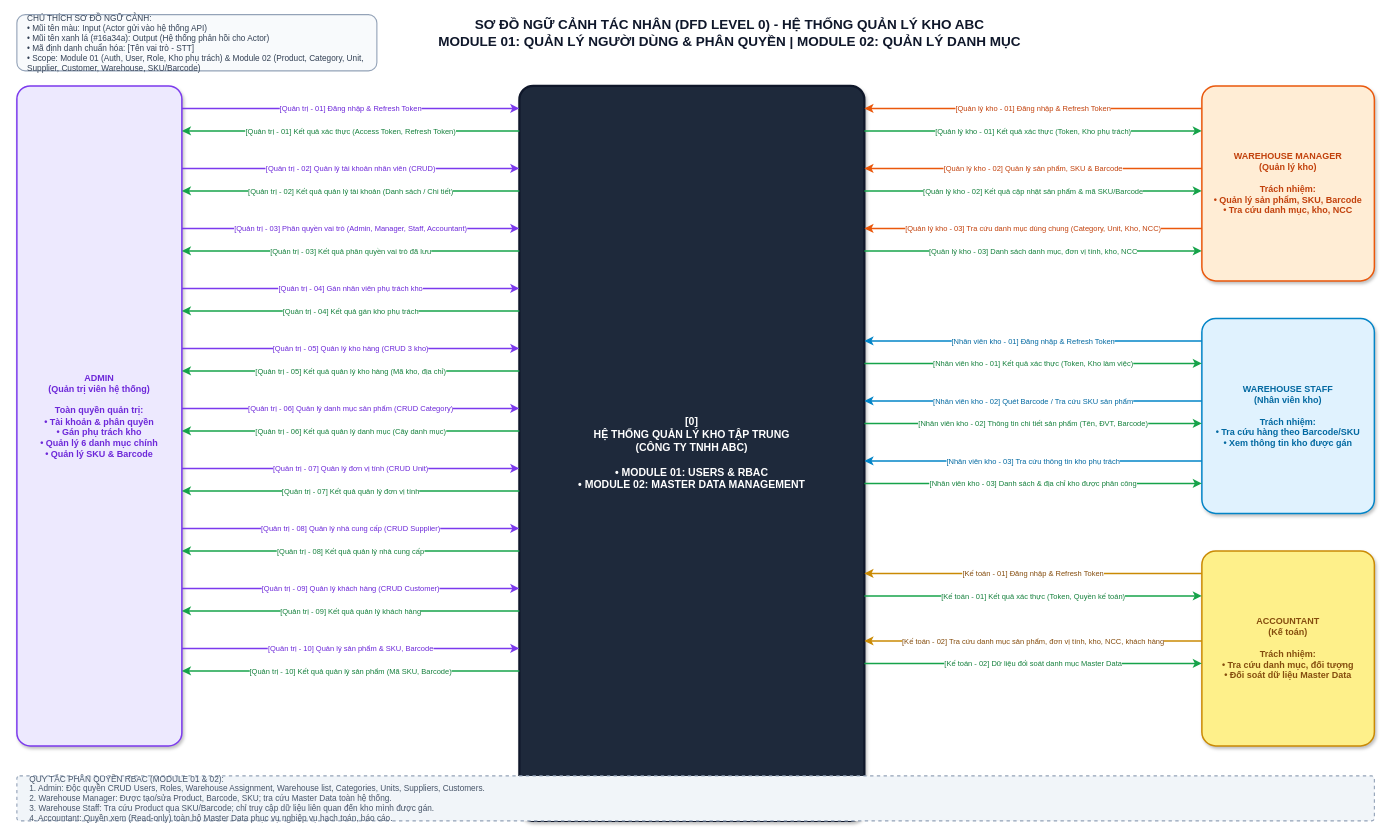
Above: drawio/LessonTwo/Actor.drawio in hungnm3112/Project-A (draw.io), before the change. Source tidied: cells renumbered, new cells numbered last; positions are measured from the earlier drawing's top-left corner, leaving out a move shared by most shapes. Both pictures are drawn from the tidied source at 75%, with x=0, y=0 at pixel (16, 14).
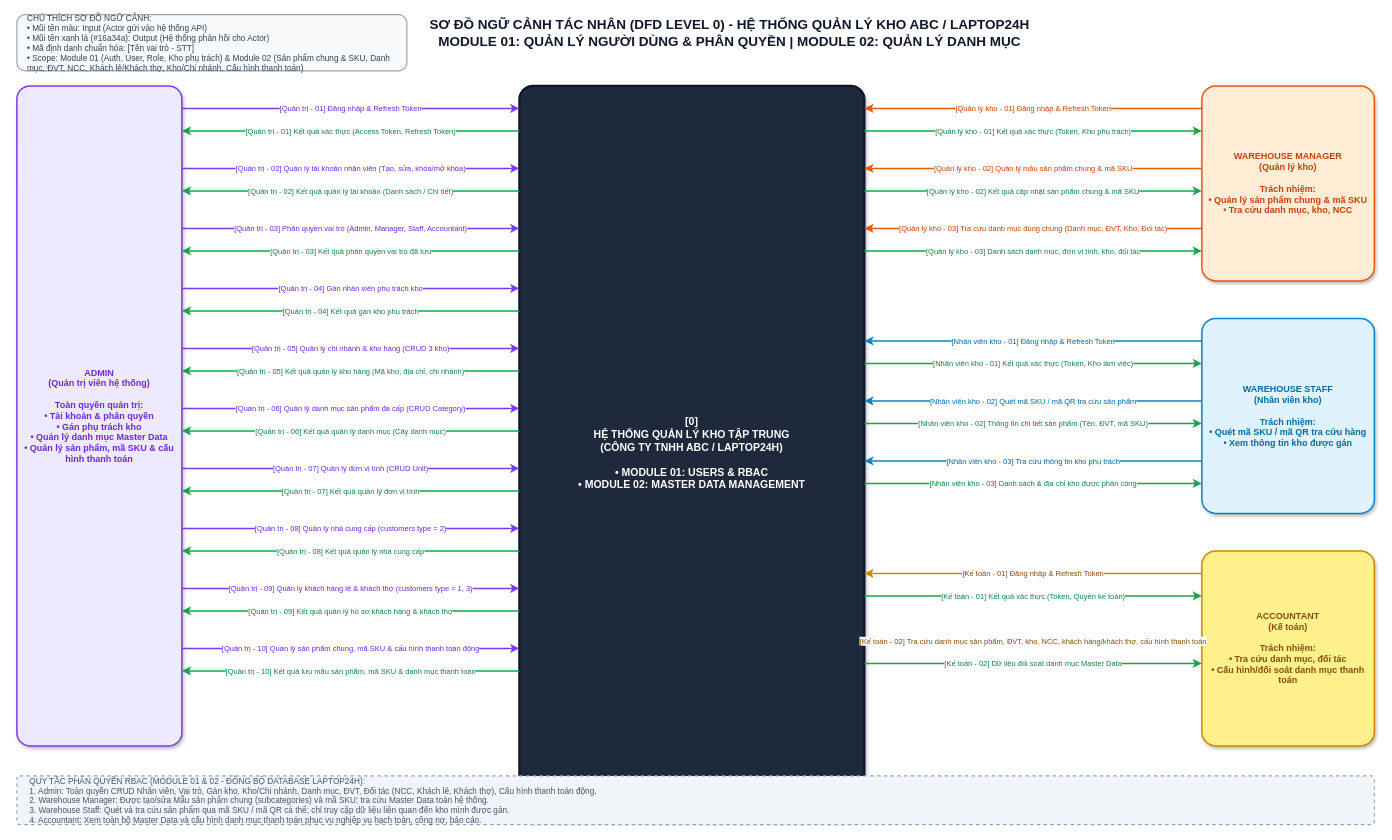
Above is the later version.

Change to the diagram source:
```diff
@@
-    <mxCell id="2" value="SƠ ĐỒ NGỮ CẢNH TÁC NHÂN (DFD LEVEL 0) - HỆ THỐNG QUẢN LÝ KHO ABC&#10;MODULE 01: QUẢN LÝ NGƯỜI DÙNG &amp; PHÂN QUYỀN | MODULE 02: QUẢN LÝ DANH MỤC" style="text;html=1;align=center;verticalAlign=middle;strokeColor=none;fillColor=none;fontSize=18;fontStyle=1;fontColor=#0f172a;" parent="1" vertex="1">
+    <mxCell id="2" value="SƠ ĐỒ NGỮ CẢNH TÁC NHÂN (DFD LEVEL 0) - HỆ THỐNG QUẢN LÝ KHO ABC / LAPTOP24H&#10;MODULE 01: QUẢN LÝ NGƯỜI DÙNG &amp; PHÂN QUYỀN | MODULE 02: QUẢN LÝ DANH MỤC" style="text;html=1;align=center;verticalAlign=middle;strokeColor=none;fillColor=none;fontSize=18;fontStyle=1;fontColor=#0f172a;" parent="1" vertex="1">
       <mxGeometry x="350" y="5" width="1200" height="40" as="geometry" />
     </mxCell>
-    <mxCell id="3" value="CHÚ THÍCH SƠ ĐỒ NGỮ CẢNH:&#10;• Mũi tên màu: Input (Actor gửi vào hệ thống API)&#10;• Mũi tên xanh lá (#16a34a): Output (Hệ thống phản hồi cho Actor)&#10;• Mã định danh chuẩn hóa: [Tên vai trò - STT]&#10;• Scope: Module 01 (Auth, User, Role, Kho phụ trách) &amp; Module 02 (Product, Category, Unit, Supplier, Customer, Warehouse, SKU/Barcode)" style="rounded=1;whiteSpace=wrap;html=1;fillColor=#f8fafc;strokeColor=#94a3b8;strokeWidth=1.5;fontSize=11;align=left;spacingLeft=12;fontColor=#334155;" parent="1" vertex="1">
-      <mxGeometry width="480" height="75" as="geometry" />
+    <mxCell id="3" value="CHÚ THÍCH SƠ ĐỒ NGỮ CẢNH:&#10;• Mũi tên màu: Input (Actor gửi vào hệ thống API)&#10;• Mũi tên xanh lá (#16a34a): Output (Hệ thống phản hồi cho Actor)&#10;• Mã định danh chuẩn hóa: [Tên vai trò - STT]&#10;• Scope: Module 01 (Auth, User, Role, Kho phụ trách) &amp; Module 02 (Sản phẩm chung &amp; SKU, Danh mục, ĐVT, NCC, Khách lẻ/Khách thợ, Kho/Chi nhánh, Cấu hình thanh toán)" style="rounded=1;whiteSpace=wrap;html=1;fillColor=#f8fafc;strokeColor=#94a3b8;strokeWidth=1.5;fontSize=11;align=left;spacingLeft=12;fontColor=#334155;" parent="1" vertex="1">
+      <mxGeometry width="520" height="75" as="geometry" />
     </mxCell>
-    <mxCell id="4" value="[0]&#10;HỆ THỐNG QUẢN LÝ KHO TẬP TRUNG&#10;(CÔNG TY TNHH ABC)&#10;&#10;• MODULE 01: USERS &amp; RBAC&#10;• MODULE 02: MASTER DATA MANAGEMENT" style="rounded=1;whiteSpace=wrap;html=1;arcSize=4;fillColor=#1e293b;strokeColor=#0f172a;strokeWidth=3;fontColor=#ffffff;fontStyle=1;fontSize=14;align=center;verticalAlign=middle;shadow=1;" parent="1" vertex="1">
+    <mxCell id="4" value="[0]&#10;HỆ THỐNG QUẢN LÝ KHO TẬP TRUNG&#10;(CÔNG TY TNHH ABC / LAPTOP24H)&#10;&#10;• MODULE 01: USERS &amp; RBAC&#10;• MODULE 02: MASTER DATA MANAGEMENT" style="rounded=1;whiteSpace=wrap;html=1;arcSize=4;fillColor=#1e293b;strokeColor=#0f172a;strokeWidth=3;fontColor=#ffffff;fontStyle=1;fontSize=14;align=center;verticalAlign=middle;shadow=1;" parent="1" vertex="1">
       <mxGeometry x="670" y="95" width="460" height="980" as="geometry" />
     </mxCell>
-    <mxCell id="5" value="ADMIN&#10;(Quản trị viên hệ thống)&#10;&#10;Toàn quyền quản trị:&#10;• Tài khoản &amp; phân quyền&#10;• Gán phụ trách kho&#10;• Quản lý 6 danh mục chính&#10;• Quản lý SKU &amp; Barcode" style="rounded=1;whiteSpace=wrap;html=1;arcSize=8;fillColor=#ede9fe;strokeColor=#7c3aed;strokeWidth=2;fontStyle=1;fontSize=12;fontColor=#6d28d9;align=center;shadow=1;" parent="1" vertex="1">
+    <mxCell id="5" value="ADMIN&#10;(Quản trị viên hệ thống)&#10;&#10;Toàn quyền quản trị:&#10;• Tài khoản &amp; phân quyền&#10;• Gán phụ trách kho&#10;• Quản lý danh mục Master Data&#10;• Quản lý sản phẩm, mã SKU &amp; cấu hình thanh toán" style="rounded=1;whiteSpace=wrap;html=1;arcSize=8;fillColor=#ede9fe;strokeColor=#7c3aed;strokeWidth=2;fontStyle=1;fontSize=12;fontColor=#6d28d9;align=center;shadow=1;" parent="1" vertex="1">
       <mxGeometry y="95" width="220" height="880" as="geometry" />
     </mxCell>
@@
-    <mxCell id="8" value="[Quản trị - 02] Quản lý tài khoản nhân viên (CRUD)" style="endArrow=classic;html=1;strokeColor=#7c3aed;strokeWidth=2;fontSize=10;fontColor=#6d28d9;labelBackgroundColor=#ffffff;align=center;" parent="1" edge="1">
+    <mxCell id="8" value="[Quản trị - 02] Quản lý tài khoản nhân viên (Tạo, sửa, khóa/mở khóa)" style="endArrow=classic;html=1;strokeColor=#7c3aed;strokeWidth=2;fontSize=10;fontColor=#6d28d9;labelBackgroundColor=#ffffff;align=center;" parent="1" edge="1">
       <mxGeometry relative="1" as="geometry">
         <mxPoint x="220" y="205" as="sourcePoint" />
         <mxPoint x="670" y="205" as="targetPoint" />
       </mxGeometry>
     </mxCell>
@@
-    <mxCell id="14" value="[Quản trị - 05] Quản lý kho hàng (CRUD 3 kho)" style="endArrow=classic;html=1;strokeColor=#7c3aed;strokeWidth=2;fontSize=10;fontColor=#6d28d9;labelBackgroundColor=#ffffff;align=center;" parent="1" edge="1">
+    <mxCell id="14" value="[Quản trị - 05] Quản lý chi nhánh &amp; kho hàng (CRUD 3 kho)" style="endArrow=classic;html=1;strokeColor=#7c3aed;strokeWidth=2;fontSize=10;fontColor=#6d28d9;labelBackgroundColor=#ffffff;align=center;" parent="1" edge="1">
       <mxGeometry relative="1" as="geometry">
         <mxPoint x="220" y="445" as="sourcePoint" />
         <mxPoint x="670" y="445" as="targetPoint" />
       </mxGeometry>
     </mxCell>
-    <mxCell id="15" value="[Quản trị - 05] Kết quả quản lý kho hàng (Mã kho, địa chỉ)" style="endArrow=classic;html=1;strokeColor=#16a34a;strokeWidth=2;fontSize=10;fontColor=#15803d;labelBackgroundColor=#ffffff;align=center;" parent="1" edge="1">
+    <mxCell id="15" value="[Quản trị - 05] Kết quả quản lý kho hàng (Mã kho, địa chỉ, chi nhánh)" style="endArrow=classic;html=1;strokeColor=#16a34a;strokeWidth=2;fontSize=10;fontColor=#15803d;labelBackgroundColor=#ffffff;align=center;" parent="1" edge="1">
       <mxGeometry relative="1" as="geometry">
         <mxPoint x="670" y="475" as="sourcePoint" />
         <mxPoint x="220" y="475" as="targetPoint" />
       </mxGeometry>
     </mxCell>
-    <mxCell id="16" value="[Quản trị - 06] Quản lý danh mục sản phẩm (CRUD Category)" style="endArrow=classic;html=1;strokeColor=#7c3aed;strokeWidth=2;fontSize=10;fontColor=#6d28d9;labelBackgroundColor=#ffffff;align=center;" parent="1" edge="1">
+    <mxCell id="16" value="[Quản trị - 06] Quản lý danh mục sản phẩm đa cấp (CRUD Category)" style="endArrow=classic;html=1;strokeColor=#7c3aed;strokeWidth=2;fontSize=10;fontColor=#6d28d9;labelBackgroundColor=#ffffff;align=center;" parent="1" edge="1">
       <mxGeometry relative="1" as="geometry">
         <mxPoint x="220" y="525" as="sourcePoint" />
         <mxPoint x="670" y="525" as="targetPoint" />
       </mxGeometry>
     </mxCell>
@@
-    <mxCell id="20" value="[Quản trị - 08] Quản lý nhà cung cấp (CRUD Supplier)" style="endArrow=classic;html=1;strokeColor=#7c3aed;strokeWidth=2;fontSize=10;fontColor=#6d28d9;labelBackgroundColor=#ffffff;align=center;" parent="1" edge="1">
+    <mxCell id="20" value="[Quản trị - 08] Quản lý nhà cung cấp (customers type = 2)" style="endArrow=classic;html=1;strokeColor=#7c3aed;strokeWidth=2;fontSize=10;fontColor=#6d28d9;labelBackgroundColor=#ffffff;align=center;" parent="1" edge="1">
       <mxGeometry relative="1" as="geometry">
         <mxPoint x="220" y="685" as="sourcePoint" />
         <mxPoint x="670" y="685" as="targetPoint" />
       </mxGeometry>
     </mxCell>
@@
-    <mxCell id="22" value="[Quản trị - 09] Quản lý khách hàng (CRUD Customer)" style="endArrow=classic;html=1;strokeColor=#7c3aed;strokeWidth=2;fontSize=10;fontColor=#6d28d9;labelBackgroundColor=#ffffff;align=center;" parent="1" edge="1">
+    <mxCell id="22" value="[Quản trị - 09] Quản lý khách hàng lẻ &amp; khách thợ (customers type = 1, 3)" style="endArrow=classic;html=1;strokeColor=#7c3aed;strokeWidth=2;fontSize=10;fontColor=#6d28d9;labelBackgroundColor=#ffffff;align=center;" parent="1" edge="1">
       <mxGeometry relative="1" as="geometry">
         <mxPoint x="220" y="765" as="sourcePoint" />
         <mxPoint x="670" y="765" as="targetPoint" />
       </mxGeometry>
     </mxCell>
-    <mxCell id="23" value="[Quản trị - 09] Kết quả quản lý khách hàng" style="endArrow=classic;html=1;strokeColor=#16a34a;strokeWidth=2;fontSize=10;fontColor=#15803d;labelBackgroundColor=#ffffff;align=center;" parent="1" edge="1">
+    <mxCell id="23" value="[Quản trị - 09] Kết quả quản lý hồ sơ khách hàng &amp; khách thợ" style="endArrow=classic;html=1;strokeColor=#16a34a;strokeWidth=2;fontSize=10;fontColor=#15803d;labelBackgroundColor=#ffffff;align=center;" parent="1" edge="1">
       <mxGeometry relative="1" as="geometry">
         <mxPoint x="670" y="795" as="sourcePoint" />
         <mxPoint x="220" y="795" as="targetPoint" />
       </mxGeometry>
     </mxCell>
-    <mxCell id="24" value="[Quản trị - 10] Quản lý sản phẩm &amp; SKU, Barcode" style="endArrow=classic;html=1;strokeColor=#7c3aed;strokeWidth=2;fontSize=10;fontColor=#6d28d9;labelBackgroundColor=#ffffff;align=center;" parent="1" edge="1">
+    <mxCell id="24" value="[Quản trị - 10] Quản lý sản phẩm chung, mã SKU &amp; cấu hình thanh toán động" style="endArrow=classic;html=1;strokeColor=#7c3aed;strokeWidth=2;fontSize=10;fontColor=#6d28d9;labelBackgroundColor=#ffffff;align=center;" parent="1" edge="1">
       <mxGeometry relative="1" as="geometry">
         <mxPoint x="220" y="845" as="sourcePoint" />
         <mxPoint x="670" y="845" as="targetPoint" />
       </mxGeometry>
     </mxCell>
-    <mxCell id="25" value="[Quản trị - 10] Kết quả quản lý sản phẩm (Mã SKU, Barcode)" style="endArrow=classic;html=1;strokeColor=#16a34a;strokeWidth=2;fontSize=10;fontColor=#15803d;labelBackgroundColor=#ffffff;align=center;" parent="1" edge="1">
+    <mxCell id="25" value="[Quản trị - 10] Kết quả lưu mẫu sản phẩm, mã SKU &amp; danh mục thanh toán" style="endArrow=classic;html=1;strokeColor=#16a34a;strokeWidth=2;fontSize=10;fontColor=#15803d;labelBackgroundColor=#ffffff;align=center;" parent="1" edge="1">
       <mxGeometry relative="1" as="geometry">
         <mxPoint x="670" y="875" as="sourcePoint" />
         <mxPoint x="220" y="875" as="targetPoint" />
       </mxGeometry>
     </mxCell>
-    <mxCell id="26" value="WAREHOUSE MANAGER&#10;(Quản lý kho)&#10;&#10;Trách nhiệm:&#10;• Quản lý sản phẩm, SKU, Barcode&#10;• Tra cứu danh mục, kho, NCC" style="rounded=1;whiteSpace=wrap;html=1;arcSize=8;fillColor=#ffedd5;strokeColor=#ea580c;strokeWidth=2;fontStyle=1;fontSize=12;fontColor=#c2410c;align=center;shadow=1;" parent="1" vertex="1">
+    <mxCell id="26" value="WAREHOUSE MANAGER&#10;(Quản lý kho)&#10;&#10;Trách nhiệm:&#10;• Quản lý sản phẩm chung &amp; mã SKU&#10;• Tra cứu danh mục, kho, NCC" style="rounded=1;whiteSpace=wrap;html=1;arcSize=8;fillColor=#ffedd5;strokeColor=#ea580c;strokeWidth=2;fontStyle=1;fontSize=12;fontColor=#c2410c;align=center;shadow=1;" parent="1" vertex="1">
       <mxGeometry x="1580" y="95" width="230" height="260" as="geometry" />
     </mxCell>
@@
-    <mxCell id="29" value="[Quản lý kho - 02] Quản lý sản phẩm, SKU &amp; Barcode" style="endArrow=classic;html=1;strokeColor=#ea580c;strokeWidth=2;fontSize=10;fontColor=#c2410c;labelBackgroundColor=#ffffff;align=center;" parent="1" edge="1">
+    <mxCell id="29" value="[Quản lý kho - 02] Quản lý mẫu sản phẩm chung &amp; mã SKU" style="endArrow=classic;html=1;strokeColor=#ea580c;strokeWidth=2;fontSize=10;fontColor=#c2410c;labelBackgroundColor=#ffffff;align=center;" parent="1" edge="1">
       <mxGeometry relative="1" as="geometry">
         <mxPoint x="1580" y="205" as="sourcePoint" />
         <mxPoint x="1130" y="205" as="targetPoint" />
       </mxGeometry>
     </mxCell>
-    <mxCell id="30" value="[Quản lý kho - 02] Kết quả cập nhật sản phẩm &amp; mã SKU/Barcode" style="endArrow=classic;html=1;strokeColor=#16a34a;strokeWidth=2;fontSize=10;fontColor=#15803d;labelBackgroundColor=#ffffff;align=center;" parent="1" edge="1">
+    <mxCell id="30" value="[Quản lý kho - 02] Kết quả cập nhật sản phẩm chung &amp; mã SKU" style="endArrow=classic;html=1;strokeColor=#16a34a;strokeWidth=2;fontSize=10;fontColor=#15803d;labelBackgroundColor=#ffffff;align=center;" parent="1" edge="1">
       <mxGeometry relative="1" as="geometry">
         <mxPoint x="1130" y="235" as="sourcePoint" />
         <mxPoint x="1580" y="235" as="targetPoint" />
       </mxGeometry>
     </mxCell>
-    <mxCell id="31" value="[Quản lý kho - 03] Tra cứu danh mục dùng chung (Category, Unit, Kho, NCC)" style="endArrow=classic;html=1;strokeColor=#ea580c;strokeWidth=2;fontSize=10;fontColor=#c2410c;labelBackgroundColor=#ffffff;align=center;" parent="1" edge="1">
+    <mxCell id="31" value="[Quản lý kho - 03] Tra cứu danh mục dùng chung (Danh mục, ĐVT, Kho, Đối tác)" style="endArrow=classic;html=1;strokeColor=#ea580c;strokeWidth=2;fontSize=10;fontColor=#c2410c;labelBackgroundColor=#ffffff;align=center;" parent="1" edge="1">
       <mxGeometry relative="1" as="geometry">
         <mxPoint x="1580" y="285" as="sourcePoint" />
         <mxPoint x="1130" y="285" as="targetPoint" />
       </mxGeometry>
     </mxCell>
-    <mxCell id="32" value="[Quản lý kho - 03] Danh sách danh mục, đơn vị tính, kho, NCC" style="endArrow=classic;html=1;strokeColor=#16a34a;strokeWidth=2;fontSize=10;fontColor=#15803d;labelBackgroundColor=#ffffff;align=center;" parent="1" edge="1">
+    <mxCell id="32" value="[Quản lý kho - 03] Danh sách danh mục, đơn vị tính, kho, đối tác" style="endArrow=classic;html=1;strokeColor=#16a34a;strokeWidth=2;fontSize=10;fontColor=#15803d;labelBackgroundColor=#ffffff;align=center;" parent="1" edge="1">
       <mxGeometry relative="1" as="geometry">
         <mxPoint x="1130" y="315" as="sourcePoint" />
         <mxPoint x="1580" y="315" as="targetPoint" />
       </mxGeometry>
     </mxCell>
-    <mxCell id="33" value="WAREHOUSE STAFF&#10;(Nhân viên kho)&#10;&#10;Trách nhiệm:&#10;• Tra cứu hàng theo Barcode/SKU&#10;• Xem thông tin kho được gán" style="rounded=1;whiteSpace=wrap;html=1;arcSize=8;fillColor=#e0f2fe;strokeColor=#0284c7;strokeWidth=2;fontStyle=1;fontSize=12;fontColor=#0369a1;align=center;shadow=1;" parent="1" vertex="1">
+    <mxCell id="33" value="WAREHOUSE STAFF&#10;(Nhân viên kho)&#10;&#10;Trách nhiệm:&#10;• Quét mã SKU / mã QR tra cứu hàng&#10;• Xem thông tin kho được gán" style="rounded=1;whiteSpace=wrap;html=1;arcSize=8;fillColor=#e0f2fe;strokeColor=#0284c7;strokeWidth=2;fontStyle=1;fontSize=12;fontColor=#0369a1;align=center;shadow=1;" parent="1" vertex="1">
       <mxGeometry x="1580" y="405" width="230" height="260" as="geometry" />
     </mxCell>
@@
-    <mxCell id="36" value="[Nhân viên kho - 02] Quét Barcode / Tra cứu SKU sản phẩm" style="endArrow=classic;html=1;strokeColor=#0284c7;strokeWidth=2;fontSize=10;fontColor=#0369a1;labelBackgroundColor=#ffffff;align=center;" parent="1" edge="1">
+    <mxCell id="36" value="[Nhân viên kho - 02] Quét mã SKU / mã QR tra cứu sản phẩm" style="endArrow=classic;html=1;strokeColor=#0284c7;strokeWidth=2;fontSize=10;fontColor=#0369a1;labelBackgroundColor=#ffffff;align=center;" parent="1" edge="1">
       <mxGeometry relative="1" as="geometry">
         <mxPoint x="1580" y="515" as="sourcePoint" />
         <mxPoint x="1130" y="515" as="targetPoint" />
       </mxGeometry>
     </mxCell>
-    <mxCell id="37" value="[Nhân viên kho - 02] Thông tin chi tiết sản phẩm (Tên, ĐVT, Barcode)" style="endArrow=classic;html=1;strokeColor=#16a34a;strokeWidth=2;fontSize=10;fontColor=#15803d;labelBackgroundColor=#ffffff;align=center;" parent="1" edge="1">
+    <mxCell id="37" value="[Nhân viên kho - 02] Thông tin chi tiết sản phẩm (Tên, ĐVT, mã SKU)" style="endArrow=classic;html=1;strokeColor=#16a34a;strokeWidth=2;fontSize=10;fontColor=#15803d;labelBackgroundColor=#ffffff;align=center;" parent="1" edge="1">
       <mxGeometry relative="1" as="geometry">
         <mxPoint x="1130" y="545" as="sourcePoint" />
         <mxPoint x="1580" y="545" as="targetPoint" />
       </mxGeometry>
     </mxCell>
@@
-    <mxCell id="40" value="ACCOUNTANT&#10;(Kế toán)&#10;&#10;Trách nhiệm:&#10;• Tra cứu danh mục, đối tượng&#10;• Đối soát dữ liệu Master Data" style="rounded=1;whiteSpace=wrap;html=1;arcSize=8;fillColor=#fef08a;strokeColor=#ca8a04;strokeWidth=2;fontStyle=1;fontSize=12;fontColor=#854d0e;align=center;shadow=1;" parent="1" vertex="1">
+    <mxCell id="40" value="ACCOUNTANT&#10;(Kế toán)&#10;&#10;Trách nhiệm:&#10;• Tra cứu danh mục, đối tác&#10;• Cấu hình/đối soát danh mục thanh toán" style="rounded=1;whiteSpace=wrap;html=1;arcSize=8;fillColor=#fef08a;strokeColor=#ca8a04;strokeWidth=2;fontStyle=1;fontSize=12;fontColor=#854d0e;align=center;shadow=1;" parent="1" vertex="1">
       <mxGeometry x="1580" y="715" width="230" height="260" as="geometry" />
     </mxCell>
@@
-    <mxCell id="43" value="[Kế toán - 02] Tra cứu danh mục sản phẩm, đơn vị tính, kho, NCC, khách hàng" style="endArrow=classic;html=1;strokeColor=#ca8a04;strokeWidth=2;fontSize=10;fontColor=#854d0e;labelBackgroundColor=#ffffff;align=center;" parent="1" edge="1">
+    <mxCell id="43" value="[Kế toán - 02] Tra cứu danh mục sản phẩm, ĐVT, kho, NCC, khách hàng/khách thợ, cấu hình thanh toán" style="endArrow=classic;html=1;strokeColor=#ca8a04;strokeWidth=2;fontSize=10;fontColor=#854d0e;labelBackgroundColor=#ffffff;align=center;" parent="1" edge="1">
       <mxGeometry relative="1" as="geometry">
         <mxPoint x="1580" y="835" as="sourcePoint" />
         <mxPoint x="1130" y="835" as="targetPoint" />
       </mxGeometry>
     </mxCell>
@@
-    <mxCell id="45" value="QUY TẮC PHÂN QUYỀN RBAC (MODULE 01 &amp; 02):&#10;1. Admin: Độc quyền CRUD Users, Roles, Warehouse Assignment, Warehouse list, Categories, Units, Suppliers, Customers.&#10;2. Warehouse Manager: Được tạo/sửa Product, Barcode, SKU; tra cứu Master Data toàn hệ thống.&#10;3. Warehouse Staff: Tra cứu Product qua SKU/Barcode; chỉ truy cập dữ liệu liên quan đến kho mình được gán.&#10;4. Accountant: Quyền xem (Read-only) toàn bộ Master Data phục vụ nghiệp vụ hạch toán, báo cáo." style="rounded=1;whiteSpace=wrap;html=1;arcSize=6;dashed=1;fillColor=#f1f5f9;strokeColor=#94a3b8;strokeWidth=1.5;fontSize=11;fontColor=#475569;align=left;spacingLeft=15;" parent="1" vertex="1">
-      <mxGeometry y="1015" width="1810" height="60" as="geometry" />
+    <mxCell id="45" value="QUY TẮC PHÂN QUYỀN RBAC (MODULE 01 &amp; 02 - ĐỒNG BỘ DATABASE LAPTOP24H):&#10;1. Admin: Toàn quyền CRUD Nhân viên, Vai trò, Gán kho, Kho/Chi nhánh, Danh mục, ĐVT, Đối tác (NCC, Khách lẻ, Khách thợ), Cấu hình thanh toán động.&#10;2. Warehouse Manager: Được tạo/sửa Mẫu sản phẩm chung (subcategories) và mã SKU; tra cứu Master Data toàn hệ thống.&#10;3. Warehouse Staff: Quét và tra cứu sản phẩm qua mã SKU / mã QR cá thể; chỉ truy cập dữ liệu liên quan đến kho mình được gán.&#10;4. Accountant: Xem toàn bộ Master Data và cấu hình danh mục thanh toán phục vụ nghiệp vụ hạch toán, công nợ, báo cáo." style="rounded=1;whiteSpace=wrap;html=1;arcSize=6;dashed=1;fillColor=#f1f5f9;strokeColor=#94a3b8;strokeWidth=1.5;fontSize=11;fontColor=#475569;align=left;spacingLeft=15;" parent="1" vertex="1">
+      <mxGeometry y="1015" width="1810" height="65" as="geometry" />
     </mxCell>
```
